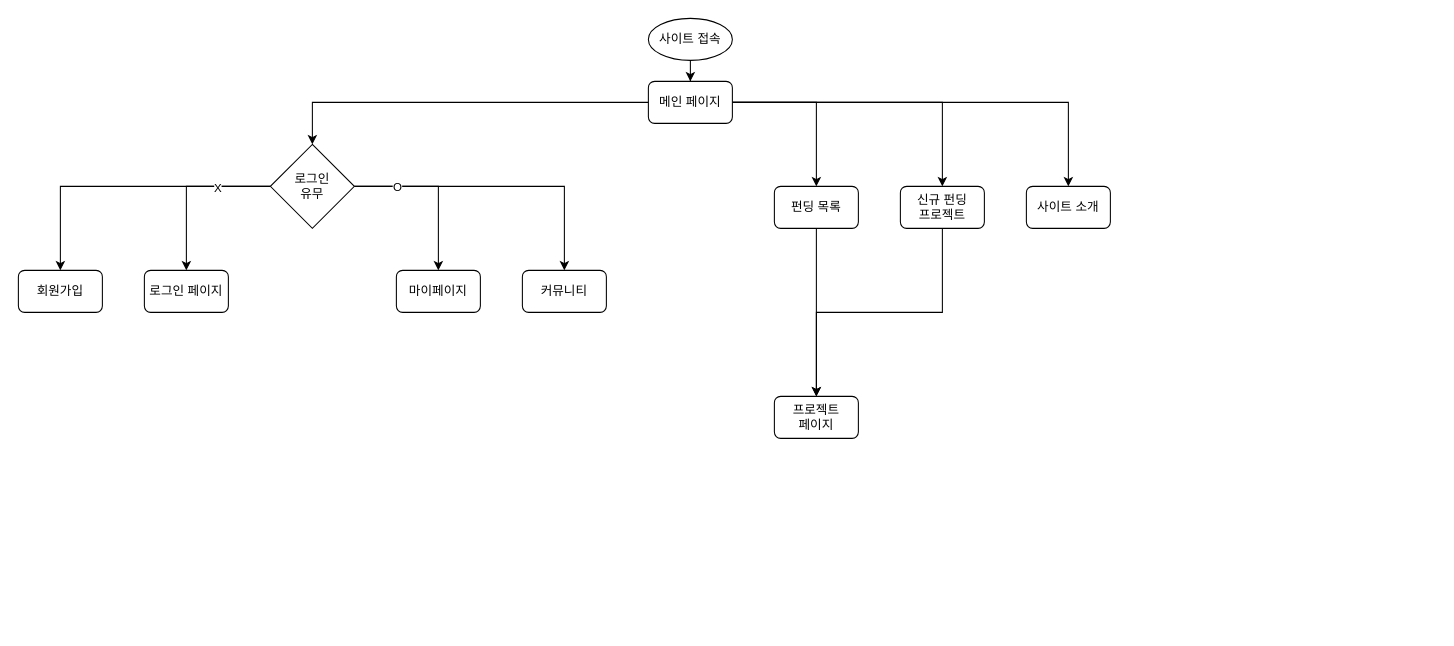
Before: practice/flow chart01.drawio in junyup0503/diagram, a draw.io diagram. Source tidied: cells renumbered, new cells numbered last; positions are measured from the earlier drawing's top-left corner, leaving out a move shared by most shapes. Both pictures are drawn from the tidied source at 105%, with x=0, y=0 at pixel (18, 18).
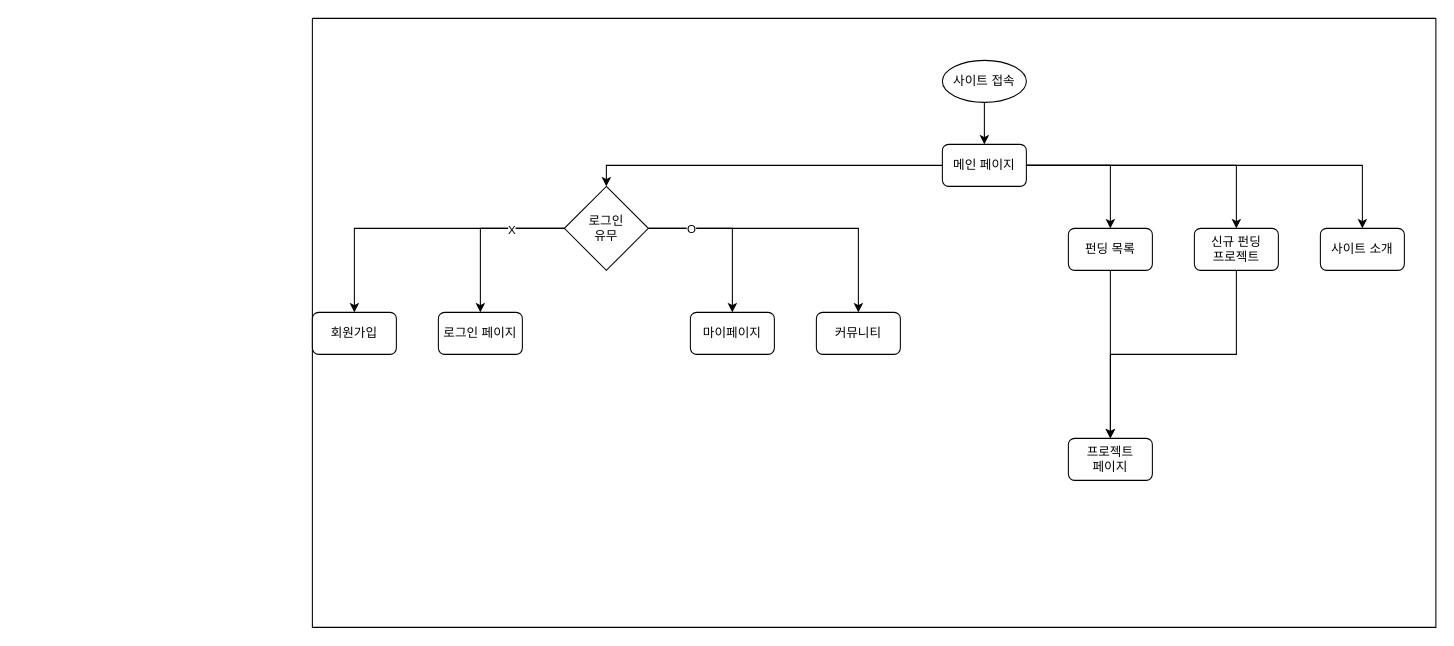
The same diagram, later.

What changed in the source:
```diff
@@
-    <mxCell id="2" value="회원가입" style="rounded=1;whiteSpace=wrap;html=1;fontFamily=Helvetica;fontSize=12;" parent="1" vertex="1">
-      <mxGeometry y="240" width="80" height="40" as="geometry" />
-    </mxCell>
+    <mxCell id="27" style="swimlane;startSize=0;" parent="1" vertex="1">
+      <mxGeometry x="280" width="1070" height="580" as="geometry" />
+    </mxCell>
-    <mxCell id="3" value="로그인 페이지" style="rounded=1;whiteSpace=wrap;html=1;fontFamily=Helvetica;fontSize=12;" parent="1" vertex="1">
-      <mxGeometry x="120" y="240" width="80" height="40" as="geometry" />
+    <mxCell id="3" value="로그인 페이지" style="rounded=1;whiteSpace=wrap;html=1;fontFamily=Helvetica;fontSize=12;" parent="27" vertex="1">
+      <mxGeometry x="120" y="280" width="80" height="40" as="geometry" />
     </mxCell>
-    <mxCell id="4" style="edgeStyle=orthogonalEdgeStyle;rounded=0;jettySize=auto;html=1;exitX=0;exitY=0.5;exitDx=0;exitDy=0;entryX=0.5;entryY=0;entryDx=0;entryDy=0;" parent="1" edge="1" source="8" target="25">
+    <mxCell id="4" style="edgeStyle=orthogonalEdgeStyle;rounded=0;jettySize=auto;html=1;exitX=0;exitY=0.5;exitDx=0;exitDy=0;entryX=0.5;entryY=0;entryDx=0;entryDy=0;" parent="27" edge="1" source="8" target="25">
       <mxGeometry relative="1" as="geometry" />
     </mxCell>
-    <mxCell id="5" style="edgeStyle=orthogonalEdgeStyle;rounded=0;jettySize=auto;html=1;exitX=1;exitY=0.5;exitDx=0;exitDy=0;" parent="1" edge="1" source="8" target="15">
+    <mxCell id="5" style="edgeStyle=orthogonalEdgeStyle;rounded=0;jettySize=auto;html=1;exitX=1;exitY=0.5;exitDx=0;exitDy=0;" parent="27" edge="1" source="8" target="15">
       <mxGeometry relative="1" as="geometry" />
     </mxCell>
-    <mxCell id="6" style="edgeStyle=orthogonalEdgeStyle;rounded=0;jettySize=auto;html=1;exitX=1;exitY=0.5;exitDx=0;exitDy=0;" parent="1" edge="1" source="8" target="18">
+    <mxCell id="6" style="edgeStyle=orthogonalEdgeStyle;rounded=0;jettySize=auto;html=1;exitX=1;exitY=0.5;exitDx=0;exitDy=0;" parent="27" edge="1" source="8" target="18">
       <mxGeometry relative="1" as="geometry" />
     </mxCell>
-    <mxCell id="7" style="edgeStyle=orthogonalEdgeStyle;rounded=0;jettySize=auto;html=1;exitX=1;exitY=0.5;exitDx=0;exitDy=0;" parent="1" edge="1" source="8" target="14">
+    <mxCell id="7" style="edgeStyle=orthogonalEdgeStyle;rounded=0;jettySize=auto;html=1;exitX=1;exitY=0.5;exitDx=0;exitDy=0;entryX=0.5;entryY=0;entryDx=0;entryDy=0;" parent="27" edge="1" source="8" target="14">
       <mxGeometry relative="1" as="geometry" />
     </mxCell>
-    <mxCell id="8" value="메인 페이지" style="rounded=1;whiteSpace=wrap;html=1;fontFamily=Helvetica;fontSize=12;" parent="1" vertex="1">
-      <mxGeometry x="600" y="60" width="80" height="40" as="geometry" />
-    </mxCell>
-    <mxCell id="9" style="edgeStyle=orthogonalEdgeStyle;rounded=0;jettySize=auto;html=1;exitX=0.5;exitY=1;exitDx=0;exitDy=0;" parent="1" edge="1" source="10" target="8">
+    <mxCell id="9" style="edgeStyle=orthogonalEdgeStyle;rounded=0;jettySize=auto;html=1;exitX=0.5;exitY=1;exitDx=0;exitDy=0;" parent="27" edge="1" source="10" target="8">
       <mxGeometry relative="1" as="geometry" />
     </mxCell>
-    <mxCell id="10" value="사이트 접속" style="ellipse;whiteSpace=wrap;html=1;fontFamily=Helvetica;fontSize=12;" parent="1" vertex="1">
-      <mxGeometry x="600" width="80" height="40" as="geometry" />
+    <mxCell id="10" value="사이트 접속" style="ellipse;whiteSpace=wrap;html=1;fontFamily=Helvetica;fontSize=12;" parent="27" vertex="1">
+      <mxGeometry x="600" y="40" width="80" height="40" as="geometry" />
     </mxCell>
-    <mxCell id="11" value="프로젝트&lt;br&gt;페이지" style="rounded=1;whiteSpace=wrap;html=1;fontFamily=Helvetica;fontSize=12;" parent="1" vertex="1">
-      <mxGeometry x="720" y="360" width="80" height="40" as="geometry" />
-    </mxCell>
-    <mxCell id="12" value="커뮤니티" style="rounded=1;whiteSpace=wrap;html=1;fontFamily=Helvetica;fontSize=12;" parent="1" vertex="1">
-      <mxGeometry x="480" y="240" width="80" height="40" as="geometry" />
+    <mxCell id="12" value="커뮤니티" style="rounded=1;whiteSpace=wrap;html=1;fontFamily=Helvetica;fontSize=12;" parent="27" vertex="1">
+      <mxGeometry x="480" y="280" width="80" height="40" as="geometry" />
     </mxCell>
-    <mxCell id="13" style="edgeStyle=orthogonalEdgeStyle;rounded=0;orthogonalLoop=1;jettySize=auto;html=1;exitX=0.5;exitY=1;exitDx=0;exitDy=0;fontFamily=Helvetica;fontSize=12;" parent="1" edge="1" source="2" target="2">
-      <mxGeometry relative="1" as="geometry" />
+    <mxCell id="13" style="edgeStyle=orthogonalEdgeStyle;rounded=0;orthogonalLoop=1;jettySize=auto;html=1;exitX=0.5;exitY=1;exitDx=0;exitDy=0;fontFamily=Helvetica;fontSize=12;" parent="27" edge="1">
+      <mxGeometry relative="1" as="geometry">
+        <mxPoint x="40" y="320" as="sourcePoint" />
+        <mxPoint x="40" y="320" as="targetPoint" />
+      </mxGeometry>
     </mxCell>
-    <mxCell id="14" value="사이트 소개" style="rounded=1;whiteSpace=wrap;html=1;" parent="1" vertex="1">
-      <mxGeometry x="960" y="160" width="80" height="40" as="geometry" />
-    </mxCell>
-    <mxCell id="15" value="펀딩 목록" style="rounded=1;whiteSpace=wrap;html=1;" parent="1" vertex="1">
-      <mxGeometry x="720" y="160" width="80" height="40" as="geometry" />
+    <mxCell id="15" value="펀딩 목록" style="rounded=1;whiteSpace=wrap;html=1;" parent="27" vertex="1">
+      <mxGeometry x="720" y="200" width="80" height="40" as="geometry" />
     </mxCell>
-    <mxCell id="16" value="마이페이지" style="rounded=1;whiteSpace=wrap;html=1;" parent="1" vertex="1">
-      <mxGeometry x="360" y="240" width="80" height="40" as="geometry" />
+    <mxCell id="16" value="마이페이지" style="rounded=1;whiteSpace=wrap;html=1;" parent="27" vertex="1">
+      <mxGeometry x="360" y="280" width="80" height="40" as="geometry" />
     </mxCell>
-    <mxCell id="17" style="edgeStyle=orthogonalEdgeStyle;rounded=0;jettySize=auto;html=1;exitX=0.5;exitY=1;exitDx=0;exitDy=0;" parent="1" edge="1" source="18" target="11">
+    <mxCell id="17" style="edgeStyle=orthogonalEdgeStyle;rounded=0;jettySize=auto;html=1;exitX=0.5;exitY=1;exitDx=0;exitDy=0;" parent="27" edge="1" source="18" target="11">
       <mxGeometry relative="1" as="geometry" />
     </mxCell>
-    <mxCell id="18" value="신규 펀딩&lt;br&gt;프로젝트" style="rounded=1;whiteSpace=wrap;html=1;" parent="1" vertex="1">
-      <mxGeometry x="840" y="160" width="80" height="40" as="geometry" />
+    <mxCell id="18" value="신규 펀딩&lt;br&gt;프로젝트" style="rounded=1;whiteSpace=wrap;html=1;" parent="27" vertex="1">
+      <mxGeometry x="840" y="200" width="80" height="40" as="geometry" />
     </mxCell>
-    <mxCell id="19" style="edgeStyle=orthogonalEdgeStyle;rounded=0;jettySize=auto;html=1;exitX=1;exitY=0.5;exitDx=0;exitDy=0;" parent="1" edge="1" source="25" target="16">
+    <mxCell id="19" style="edgeStyle=orthogonalEdgeStyle;rounded=0;jettySize=auto;html=1;exitX=1;exitY=0.5;exitDx=0;exitDy=0;" parent="27" edge="1" source="25" target="16">
       <mxGeometry relative="1" as="geometry" />
     </mxCell>
-    <mxCell id="20" style="edgeStyle=orthogonalEdgeStyle;rounded=0;jettySize=auto;html=1;exitX=1;exitY=0.5;exitDx=0;exitDy=0;" parent="1" edge="1" source="25" target="12">
+    <mxCell id="20" style="edgeStyle=orthogonalEdgeStyle;rounded=0;jettySize=auto;html=1;exitX=1;exitY=0.5;exitDx=0;exitDy=0;" parent="27" edge="1" source="25" target="12">
       <mxGeometry relative="1" as="geometry" />
     </mxCell>
@@
-    <mxCell id="22" style="edgeStyle=orthogonalEdgeStyle;rounded=0;jettySize=auto;html=1;exitX=0;exitY=0.5;exitDx=0;exitDy=0;" parent="1" edge="1" source="25" target="2">
+    <mxCell id="22" style="edgeStyle=orthogonalEdgeStyle;rounded=0;jettySize=auto;html=1;exitX=0;exitY=0.5;exitDx=0;exitDy=0;entryX=0.5;entryY=0;entryDx=0;entryDy=0;" parent="27" edge="1" source="25" target="2">
       <mxGeometry relative="1" as="geometry" />
     </mxCell>
-    <mxCell id="23" style="edgeStyle=orthogonalEdgeStyle;rounded=0;jettySize=auto;html=1;exitX=0;exitY=0.5;exitDx=0;exitDy=0;" parent="1" edge="1" source="25" target="3">
+    <mxCell id="23" style="edgeStyle=orthogonalEdgeStyle;rounded=0;jettySize=auto;html=1;exitX=0;exitY=0.5;exitDx=0;exitDy=0;" parent="27" edge="1" source="25" target="3">
       <mxGeometry relative="1" as="geometry" />
     </mxCell>
@@
-    <mxCell id="25" value="로그인&lt;br&gt;유무" style="rhombus;whiteSpace=wrap;html=1;" parent="1" vertex="1">
-      <mxGeometry x="240" y="120" width="80" height="80" as="geometry" />
+    <mxCell id="25" value="로그인&lt;br&gt;유무" style="rhombus;whiteSpace=wrap;html=1;" parent="27" vertex="1">
+      <mxGeometry x="240" y="160" width="80" height="80" as="geometry" />
     </mxCell>
-    <mxCell id="26" style="endArrow=classic;html=1;rounded=0;" parent="1" edge="1" source="15" target="11">
+    <mxCell id="26" style="endArrow=classic;html=1;rounded=0;" parent="27" edge="1" source="15" target="11">
       <mxGeometry relative="1" as="geometry" />
     </mxCell>
+    <mxCell id="8" value="메인 페이지" style="rounded=1;whiteSpace=wrap;html=1;fontFamily=Helvetica;fontSize=12;" parent="27" vertex="1">
+      <mxGeometry x="600" y="120" width="80" height="40" as="geometry" />
+    </mxCell>
+    <mxCell id="11" value="프로젝트&lt;br&gt;페이지" style="rounded=1;whiteSpace=wrap;html=1;fontFamily=Helvetica;fontSize=12;" parent="27" vertex="1">
+      <mxGeometry x="720" y="400" width="80" height="40" as="geometry" />
+    </mxCell>
+    <mxCell id="14" value="사이트 소개" style="rounded=1;whiteSpace=wrap;html=1;" parent="27" vertex="1">
+      <mxGeometry x="960" y="200" width="80" height="40" as="geometry" />
+    </mxCell>
+    <mxCell id="2" value="회원가입" style="rounded=1;whiteSpace=wrap;html=1;fontFamily=Helvetica;fontSize=12;" parent="27" vertex="1">
+      <mxGeometry y="280" width="80" height="40" as="geometry" />
+    </mxCell>
```
